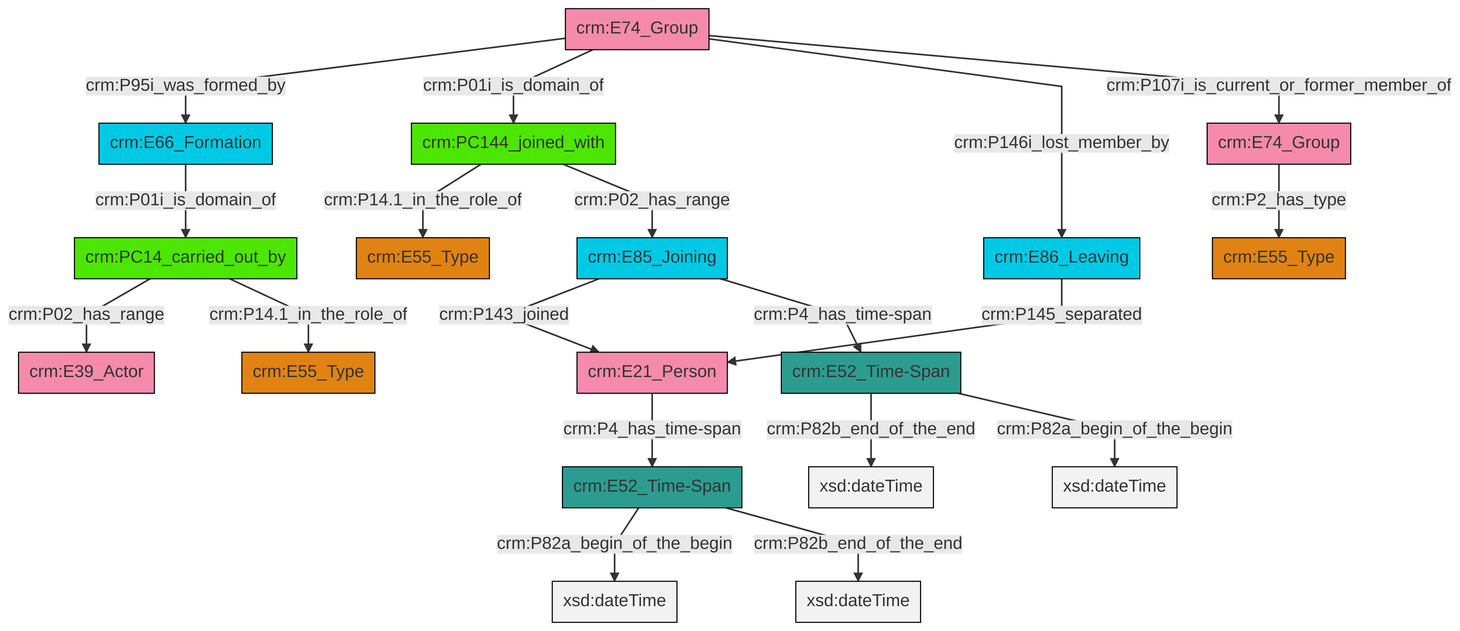
This is et/groupCSV/ttl/mmd/png/group_actor_relations.png from swiss-art-research-net/docs.swissartresearch, a Mermaid export, as it was before one commit. Its source is kept beside it as et/groupCSV/ttl/mmd/group_actor_relations.ttl.mmd.
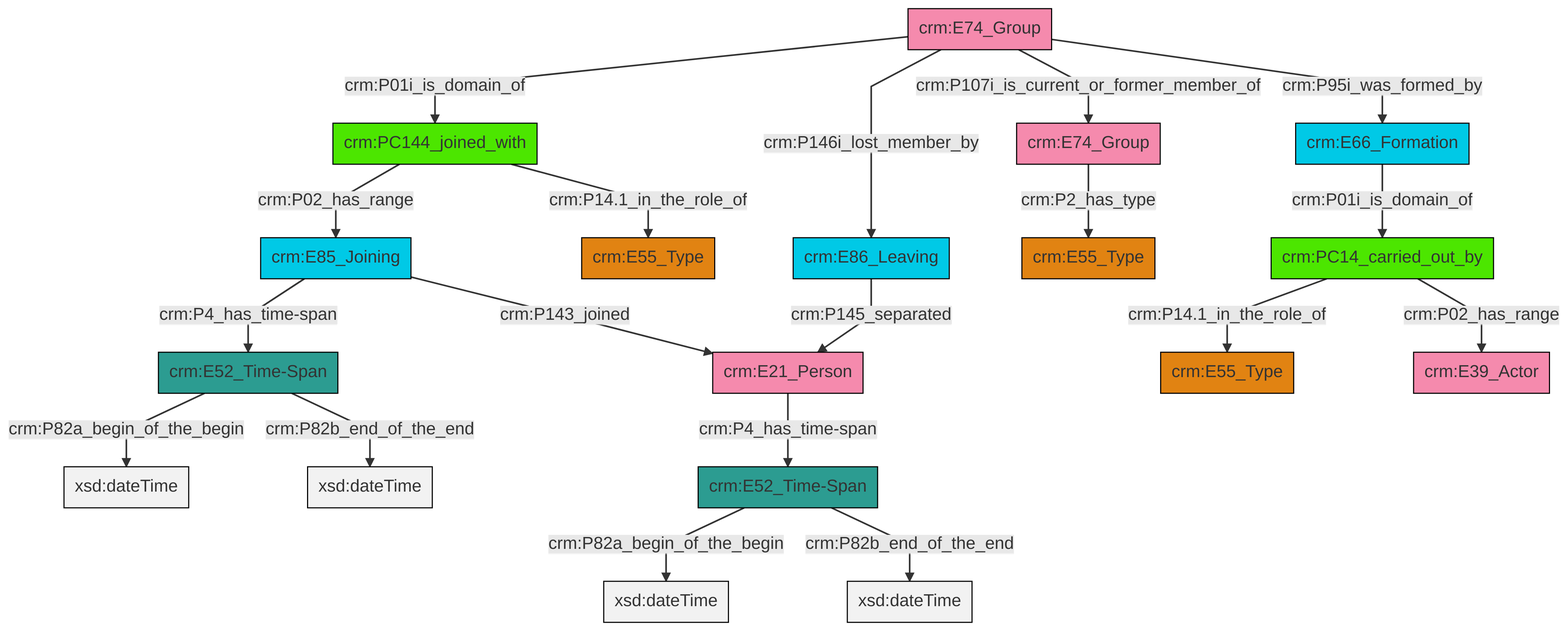
After the change.

Change to the diagram source:
```diff
@@ -13,21 +13,21 @@
 classDef PC_Classes fill:#4ce600, stroke:#000000;
 classDef Multi fill:#cccccc,stroke:#000000;
 
-4["crm:E74_Group"]:::Actor -->|crm:P95i_was_formed_by| 5["crm:E66_Formation"]:::Temporal_Entity
-2["crm:PC14_carried_out_by"]:::PC_Classes -->|crm:P02_has_range| 9["crm:E39_Actor"]:::Actor
-10["crm:E86_Leaving"]:::Temporal_Entity -->|crm:P145_separated| 0["crm:E21_Person"]:::Actor
-4["crm:E74_Group"]:::Actor -->|crm:P01i_is_domain_of| 13["crm:PC144_joined_with"]:::PC_Classes
-14["crm:E74_Group"]:::Actor -->|crm:P2_has_type| 15["crm:E55_Type"]:::Type
-13["crm:PC144_joined_with"]:::PC_Classes -->|crm:P14.1_in_the_role_of| 16["crm:E55_Type"]:::Type
-2["crm:PC14_carried_out_by"]:::PC_Classes -->|crm:P14.1_in_the_role_of| 20["crm:E55_Type"]:::Type
-6["crm:E85_Joining"]:::Temporal_Entity -->|crm:P143_joined| 0["crm:E21_Person"]:::Actor
-21["crm:E52_Time-Span"]:::Time-Span -->|crm:P82b_end_of_the_end| 22[xsd:dateTime]:::Literal
-0["crm:E21_Person"]:::Actor -->|crm:P4_has_time-span| 23["crm:E52_Time-Span"]:::Time-Span
-23["crm:E52_Time-Span"]:::Time-Span -->|crm:P82a_begin_of_the_begin| 26[xsd:dateTime]:::Literal
-4["crm:E74_Group"]:::Actor -->|crm:P146i_lost_member_by| 10["crm:E86_Leaving"]:::Temporal_Entity
-21["crm:E52_Time-Span"]:::Time-Span -->|crm:P82a_begin_of_the_begin| 27[xsd:dateTime]:::Literal
-5["crm:E66_Formation"]:::Temporal_Entity -->|crm:P01i_is_domain_of| 2["crm:PC14_carried_out_by"]:::PC_Classes
-6["crm:E85_Joining"]:::Temporal_Entity -->|crm:P4_has_time-span| 21["crm:E52_Time-Span"]:::Time-Span
-4["crm:E74_Group"]:::Actor -->|crm:P107i_is_current_or_former_member_of| 14["crm:E74_Group"]:::Actor
-13["crm:PC144_joined_with"]:::PC_Classes -->|crm:P02_has_range| 6["crm:E85_Joining"]:::Temporal_Entity
-23["crm:E52_Time-Span"]:::Time-Span -->|crm:P82b_end_of_the_end| 33[xsd:dateTime]:::Literal
+0["crm:E52_Time-Span"]:::Time-Span -->|crm:P82a_begin_of_the_begin| 1[xsd:dateTime]:::Literal
+4["crm:E21_Person"]:::Actor -->|crm:P4_has_time-span| 0["crm:E52_Time-Span"]:::Time-Span
+11["crm:E52_Time-Span"]:::Time-Span -->|crm:P82a_begin_of_the_begin| 12[xsd:dateTime]:::Literal
+5["crm:PC14_carried_out_by"]:::PC_Classes -->|crm:P14.1_in_the_role_of| 7["crm:E55_Type"]:::Type
+16["crm:E74_Group"]:::Actor -->|crm:P2_has_type| 17["crm:E55_Type"]:::Type
+18["crm:E85_Joining"]:::Temporal_Entity -->|crm:P4_has_time-span| 11["crm:E52_Time-Span"]:::Time-Span
+14["crm:PC144_joined_with"]:::PC_Classes -->|crm:P02_has_range| 18["crm:E85_Joining"]:::Temporal_Entity
+20["crm:E74_Group"]:::Actor -->|crm:P01i_is_domain_of| 14["crm:PC144_joined_with"]:::PC_Classes
+20["crm:E74_Group"]:::Actor -->|crm:P146i_lost_member_by| 22["crm:E86_Leaving"]:::Temporal_Entity
+27["crm:E66_Formation"]:::Temporal_Entity -->|crm:P01i_is_domain_of| 5["crm:PC14_carried_out_by"]:::PC_Classes
+5["crm:PC14_carried_out_by"]:::PC_Classes -->|crm:P02_has_range| 2["crm:E39_Actor"]:::Actor
+22["crm:E86_Leaving"]:::Temporal_Entity -->|crm:P145_separated| 4["crm:E21_Person"]:::Actor
+14["crm:PC144_joined_with"]:::PC_Classes -->|crm:P14.1_in_the_role_of| 9["crm:E55_Type"]:::Type
+0["crm:E52_Time-Span"]:::Time-Span -->|crm:P82b_end_of_the_end| 32[xsd:dateTime]:::Literal
+11["crm:E52_Time-Span"]:::Time-Span -->|crm:P82b_end_of_the_end| 34[xsd:dateTime]:::Literal
+18["crm:E85_Joining"]:::Temporal_Entity -->|crm:P143_joined| 4["crm:E21_Person"]:::Actor
+20["crm:E74_Group"]:::Actor -->|crm:P107i_is_current_or_former_member_of| 16["crm:E74_Group"]:::Actor
+20["crm:E74_Group"]:::Actor -->|crm:P95i_was_formed_by| 27["crm:E66_Formation"]:::Temporal_Entity
```
